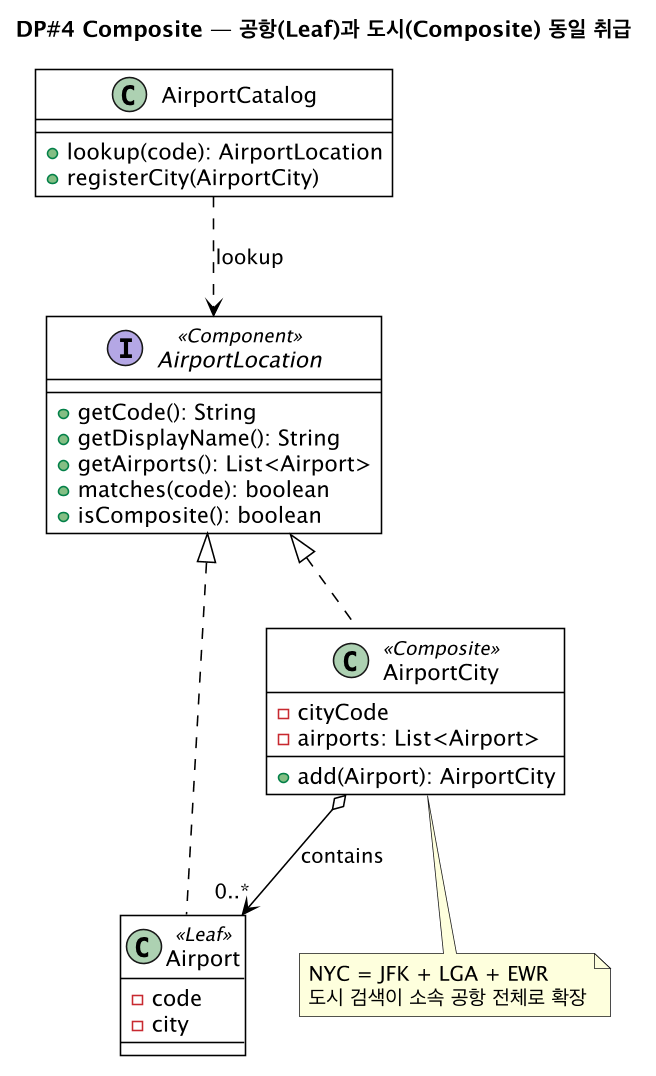
gimjungwook/KoreanAirReservationDomain keeps this PlantUML diagram as docs/diagrams/iter4-puml/dp4-composite.png. Above is the earlier version.
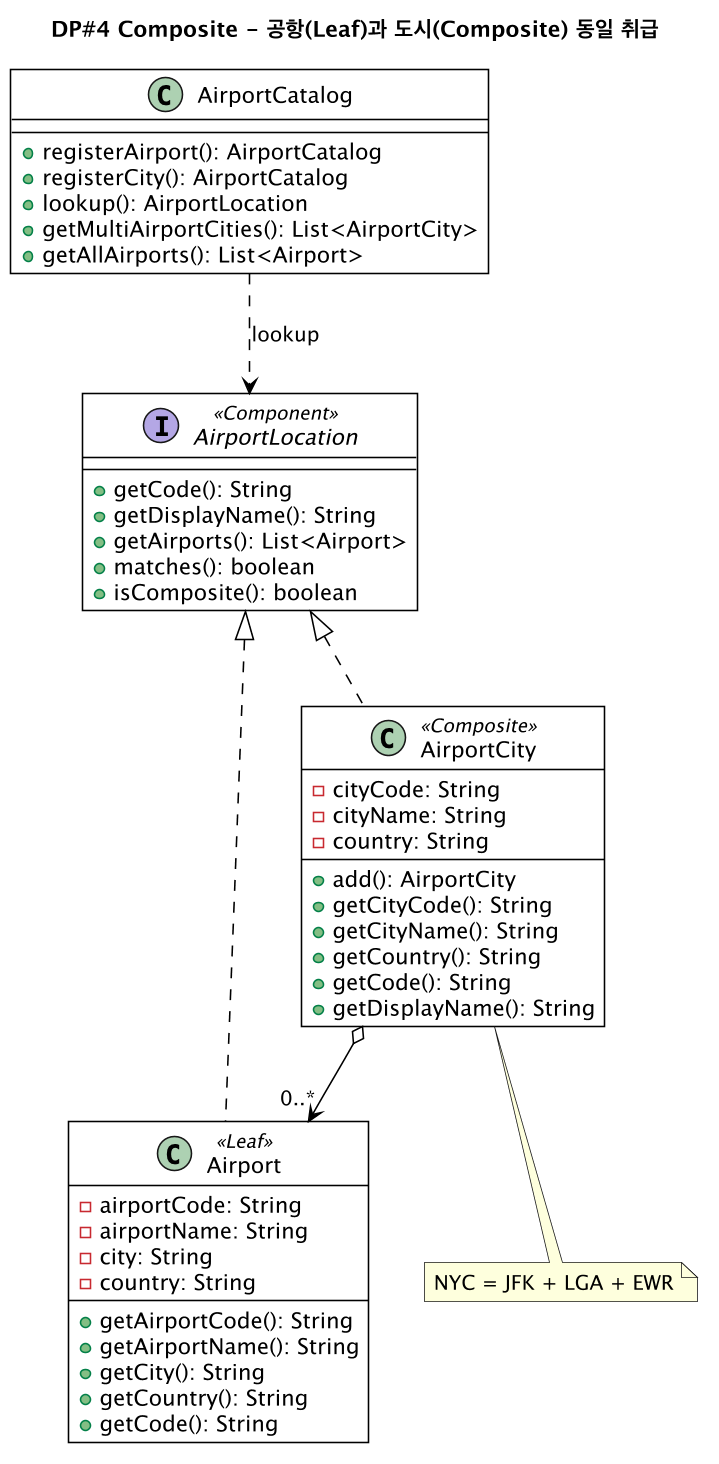
The same file after the commit.

The edit, as a diff of the source:
```diff
@@ -1,31 +1,47 @@
 @startuml dp4-composite
 !include _style.puml
-title DP#4 Composite — 공항(Leaf)과 도시(Composite) 동일 취급
-
+title DP#4 Composite - 공항(Leaf)과 도시(Composite) 동일 취급
 interface AirportLocation <<Component>> {
   +getCode(): String
   +getDisplayName(): String
   +getAirports(): List<Airport>
-  +matches(code): boolean
+  +matches(): boolean
   +isComposite(): boolean
 }
 class Airport <<Leaf>> {
-  -code
-  -city
+  -airportCode: String
+  -airportName: String
+  -city: String
+  -country: String
+  --
+  +getAirportCode(): String
+  +getAirportName(): String
+  +getCity(): String
+  +getCountry(): String
+  +getCode(): String
 }
 class AirportCity <<Composite>> {
-  -cityCode
-  -airports: List<Airport>
-  +add(Airport): AirportCity
+  -cityCode: String
+  -cityName: String
+  -country: String
+  --
+  +add(): AirportCity
+  +getCityCode(): String
+  +getCityName(): String
+  +getCountry(): String
+  +getCode(): String
+  +getDisplayName(): String
 }
 class AirportCatalog {
-  +lookup(code): AirportLocation
-  +registerCity(AirportCity)
+  +registerAirport(): AirportCatalog
+  +registerCity(): AirportCatalog
+  +lookup(): AirportLocation
+  +getMultiAirportCities(): List<AirportCity>
+  +getAllAirports(): List<Airport>
 }
-
 AirportLocation <|.. Airport
 AirportLocation <|.. AirportCity
-AirportCity o--> "0..*" Airport : contains
+AirportCity o--> "0..*" Airport
 AirportCatalog ..> AirportLocation : lookup
-note bottom of AirportCity : NYC = JFK + LGA + EWR\n도시 검색이 소속 공항 전체로 확장
+note bottom of AirportCity : NYC = JFK + LGA + EWR
 @enduml
```
